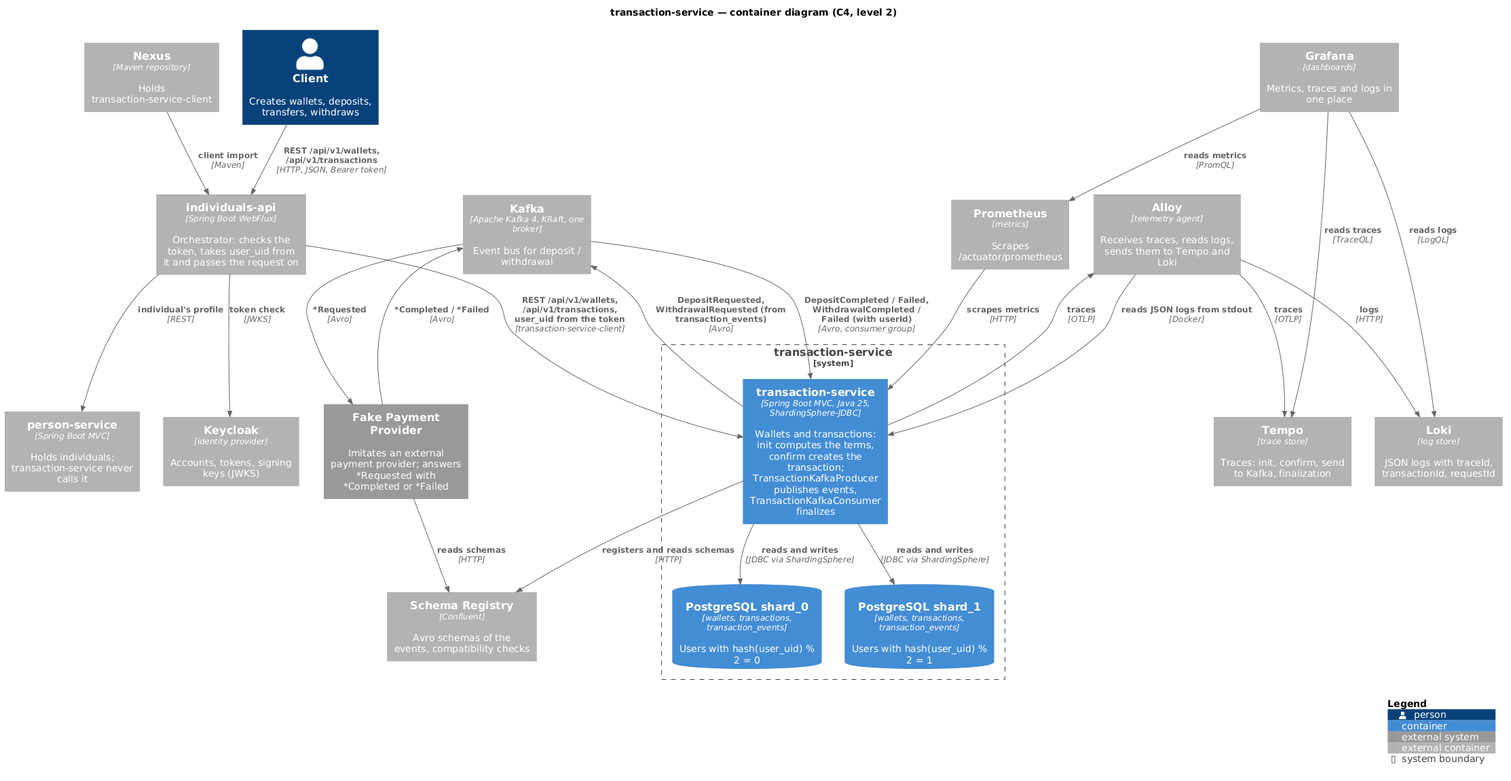
Above: transaction-service/diagrams-c4/png/en/container.png in dezxxx/payment-platform (PlantUML), before the change.
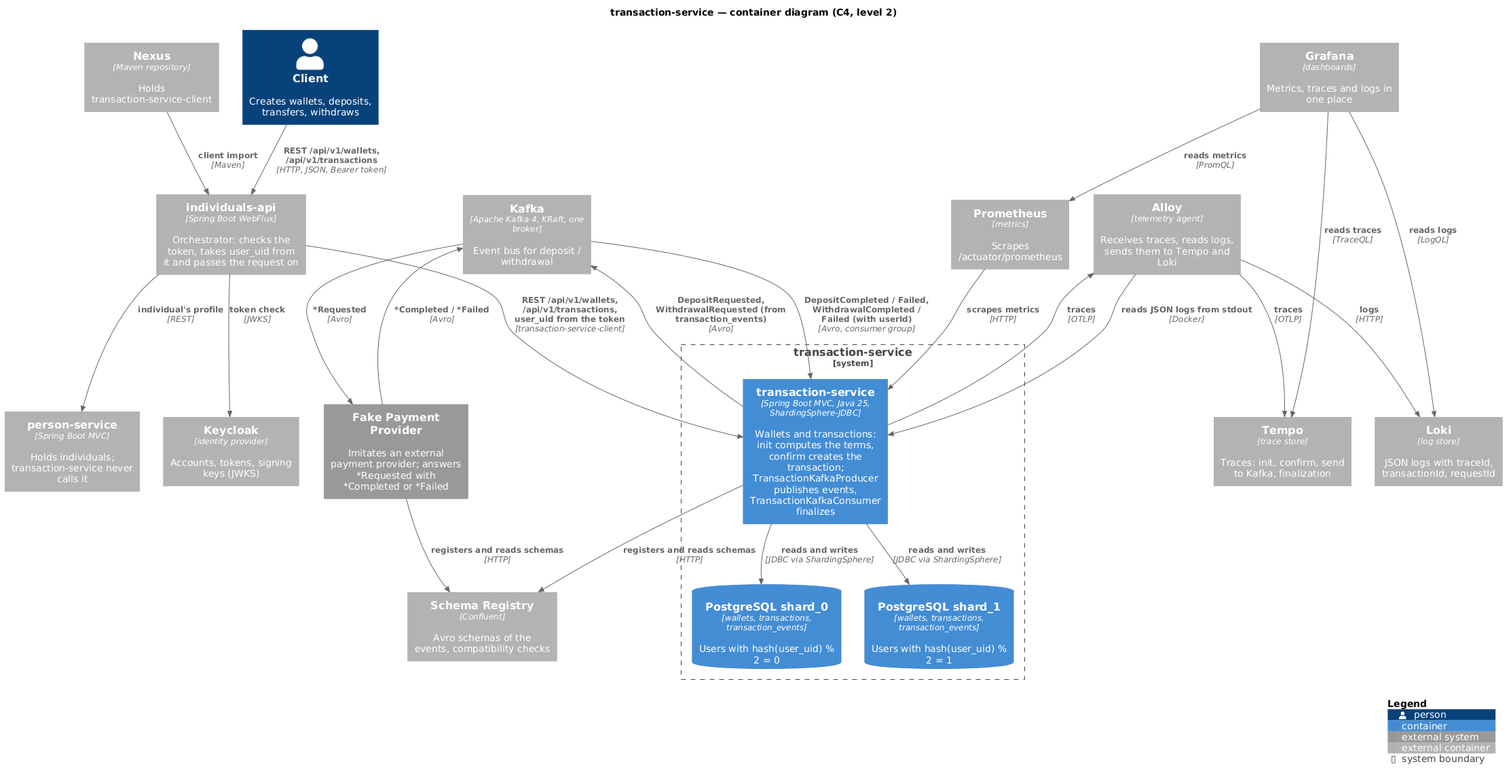
After the commit.

What changed in the source:
```diff
@@ -37,7 +37,7 @@
 Rel(kafka, provider, "*Requested", "Avro")
 Rel(provider, kafka, "*Completed / *Failed", "Avro")
 Rel(app, schemaRegistry, "registers and reads schemas", "HTTP")
-Rel(provider, schemaRegistry, "reads schemas", "HTTP")
+Rel(provider, schemaRegistry, "registers and reads schemas", "HTTP")
 Rel(nexus, individualsApi, "client import", "Maven")
 Rel(prometheus, app, "scrapes metrics", "HTTP")
 Rel(app, alloy, "traces", "OTLP")
```
